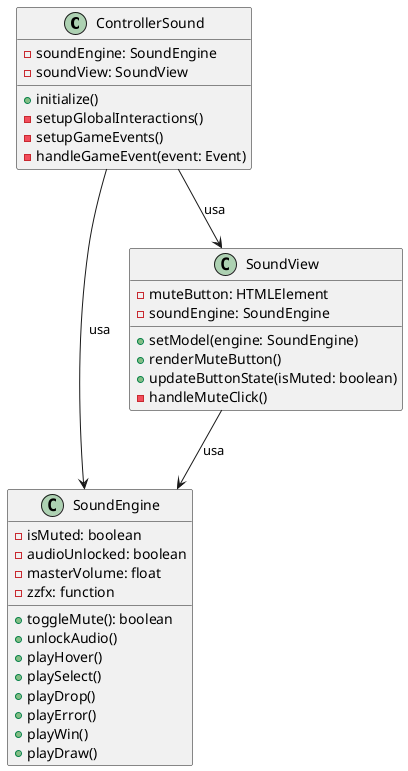
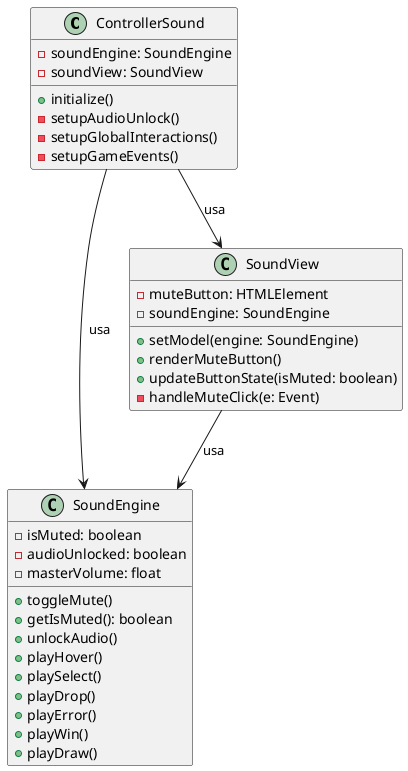
@startuml SoundManager

class ControllerSound {
    - soundEngine: SoundEngine
    - soundView: SoundView
    + initialize()
+     - setupAudioUnlock()
    - setupGlobalInteractions()
    - setupGameEvents()
-     - handleGameEvent(event: Event)
}

class SoundEngine {
    - isMuted: boolean
    - audioUnlocked: boolean
    - masterVolume: float
-     - zzfx: function
-     + toggleMute(): boolean
+     + toggleMute()
+     + getIsMuted(): boolean
    + unlockAudio()
    + playHover()
    + playSelect()
    + playDrop()
    + playError()
    + playWin()
    + playDraw()
}

class SoundView {
    - muteButton: HTMLElement
    - soundEngine: SoundEngine
    + setModel(engine: SoundEngine)
    + renderMuteButton()
    + updateButtonState(isMuted: boolean)
-     - handleMuteClick()
+     - handleMuteClick(e: Event)
}

ControllerSound --> SoundEngine : usa
ControllerSound --> SoundView : usa
SoundView --> SoundEngine : usa

@enduml